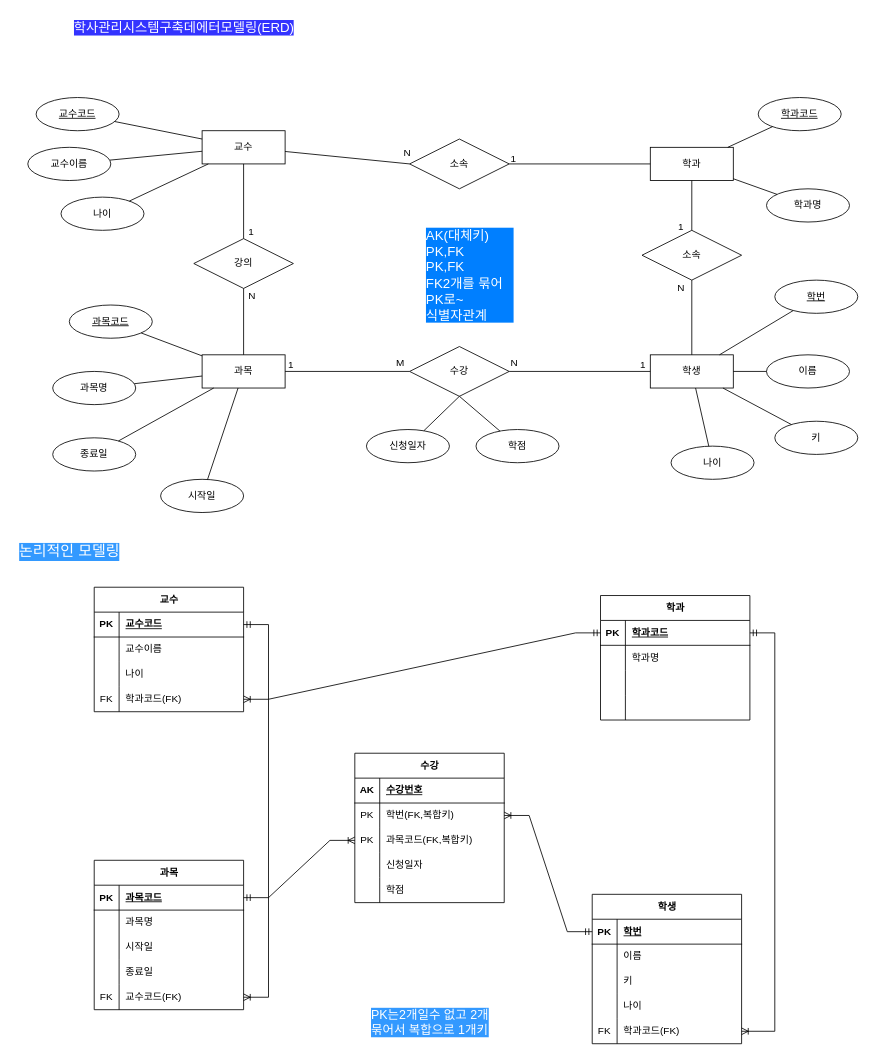
Before: page "페이지-2" (2 of 2) of 온라인전자상거래.drawio in jung79human79/databig, a draw.io diagram. Source tidied: cells renumbered, new cells numbered last; positions are measured from the earlier drawing's top-left corner, leaving out a move shared by most shapes. Both pictures are drawn from the tidied source at 83%, with x=0, y=0 at pixel (14, 14).
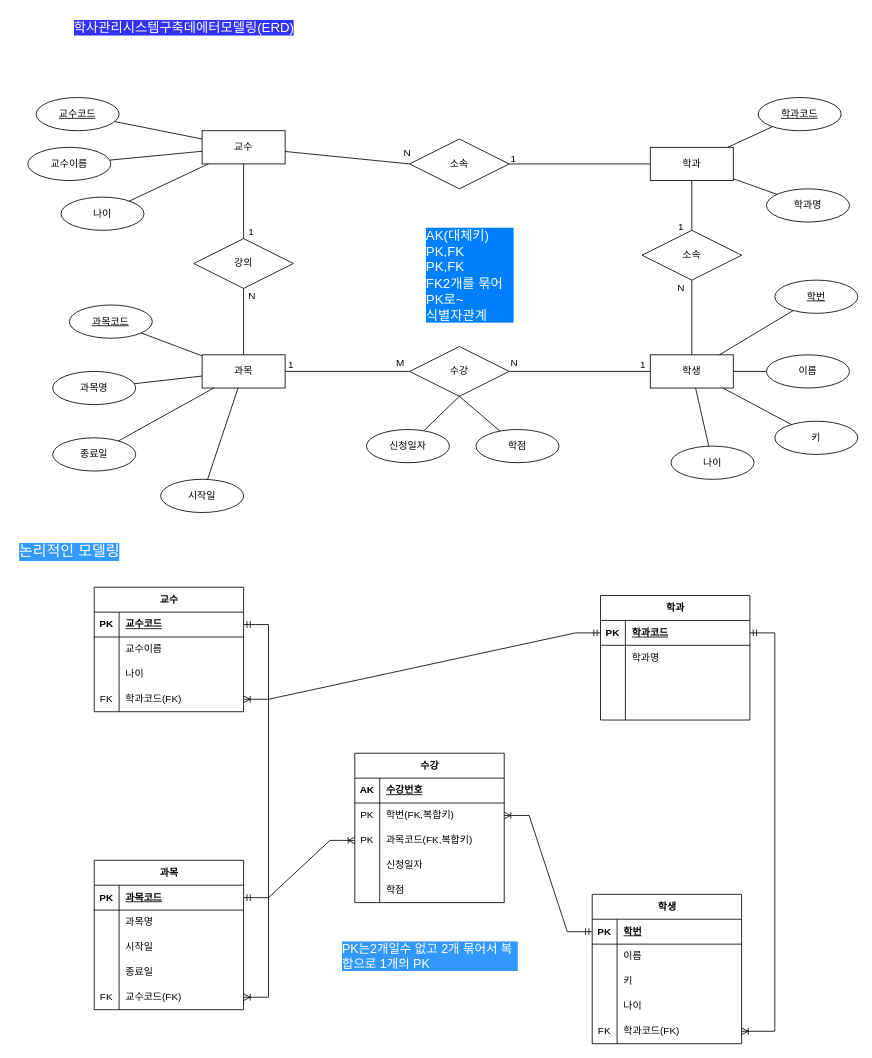
The same diagram, later.

Commit message:
온라인전자상거래.drawio 업데이트

Change to the diagram source:
```diff
@@
-    <mxCell id="139" value="PK는2개일수 없고 2개 묶어서 복합으로 1개키" style="text;strokeColor=none;fillColor=none;spacingLeft=4;spacingRight=4;overflow=hidden;fontSize=15;whiteSpace=wrap;html=1;labelBackgroundColor=#3399FF;fontColor=#FFFFFF;" parent="1" vertex="1">
-      <mxGeometry x="424" y="1190" width="152" height="40" as="geometry" />
+    <mxCell id="139" value="PK는2개일수 없고 2개 묶어서 복합으로 1개의 PK" style="text;strokeColor=none;fillColor=none;spacingLeft=4;spacingRight=4;overflow=hidden;fontSize=15;whiteSpace=wrap;html=1;labelBackgroundColor=#3399FF;fontColor=#FFFFFF;" parent="1" vertex="1">
+      <mxGeometry x="389" y="1110" width="222" height="60" as="geometry" />
     </mxCell>
```
